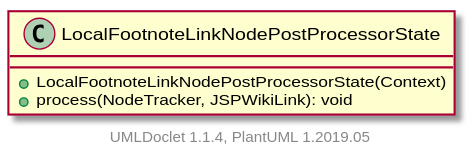
The PlantUML diagram apidocs/2.11.0.M8-SNAPSHOT/org/apache/wiki/markdown/extensions/jspwikilinks/postprocessor/LocalFootnoteLinkNodePostProcessorState.svg in apache/jspwiki-site, before a commit. Its diagram source:
```plantuml
@startuml

    class LocalFootnoteLinkNodePostProcessorState [[LocalFootnoteLinkNodePostProcessorState.html]] {
        +LocalFootnoteLinkNodePostProcessorState(Context)
        +process(NodeTracker, JSPWikiLink): void
    }


    center footer UMLDoclet 1.1.4, PlantUML 1.2019.05
@enduml
```
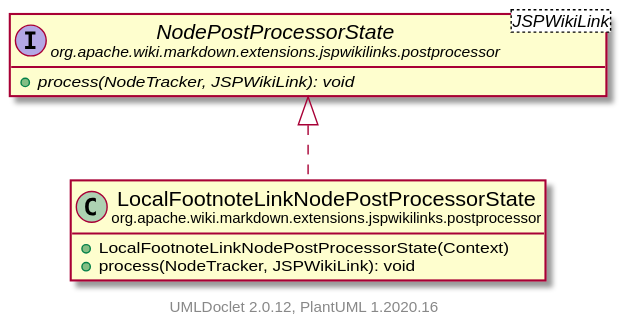
Later version of the same file.

The edit, as a diff of the source:
```diff
@@ -1,10 +1,18 @@
 @startuml
+    set namespaceSeparator none
+    hide empty fields
+    hide empty methods
 
-    class LocalFootnoteLinkNodePostProcessorState [[LocalFootnoteLinkNodePostProcessorState.html]] {
+    class "<size:14>LocalFootnoteLinkNodePostProcessorState\n<size:10>org.apache.wiki.markdown.extensions.jspwikilinks.postprocessor" as org.apache.wiki.markdown.extensions.jspwikilinks.postprocessor.LocalFootnoteLinkNodePostProcessorState [[LocalFootnoteLinkNodePostProcessorState.html]] {
         +LocalFootnoteLinkNodePostProcessorState(Context)
         +process(NodeTracker, JSPWikiLink): void
     }
 
+    interface "<size:14>NodePostProcessorState\n<size:10>org.apache.wiki.markdown.extensions.jspwikilinks.postprocessor" as org.apache.wiki.markdown.extensions.jspwikilinks.postprocessor.NodePostProcessorState<JSPWikiLink> [[NodePostProcessorState.html]] {
+        {abstract} +process(NodeTracker, JSPWikiLink): void
+    }
 
-    center footer UMLDoclet 1.1.4, PlantUML 1.2019.05
+    org.apache.wiki.markdown.extensions.jspwikilinks.postprocessor.NodePostProcessorState <|.. org.apache.wiki.markdown.extensions.jspwikilinks.postprocessor.LocalFootnoteLinkNodePostProcessorState
+
+    center footer UMLDoclet 2.0.12, PlantUML 1.2020.16
 @enduml
```
